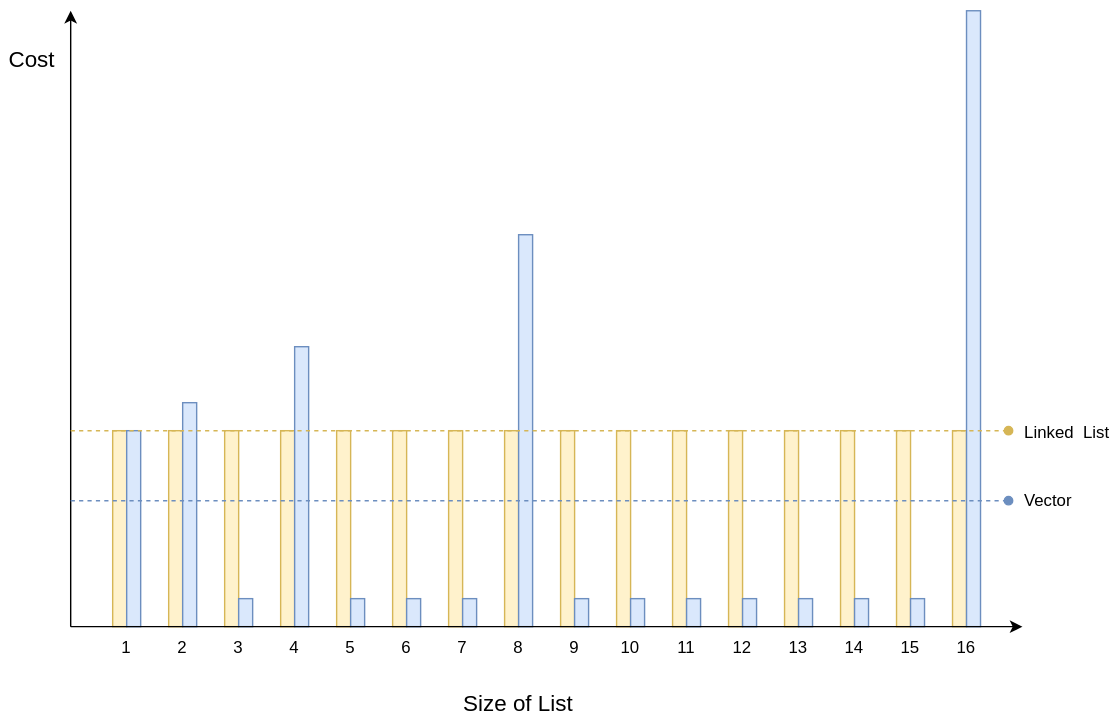
The draw.io diagram assets/images/amortized-cost-vector.svg in TheCandidStartup/TheCandidStartup.github.io, before a commit. Source tidied: cells renumbered, new cells last; positions are measured from the earlier drawing's top-left corner, leaving out a move shared by most shapes.
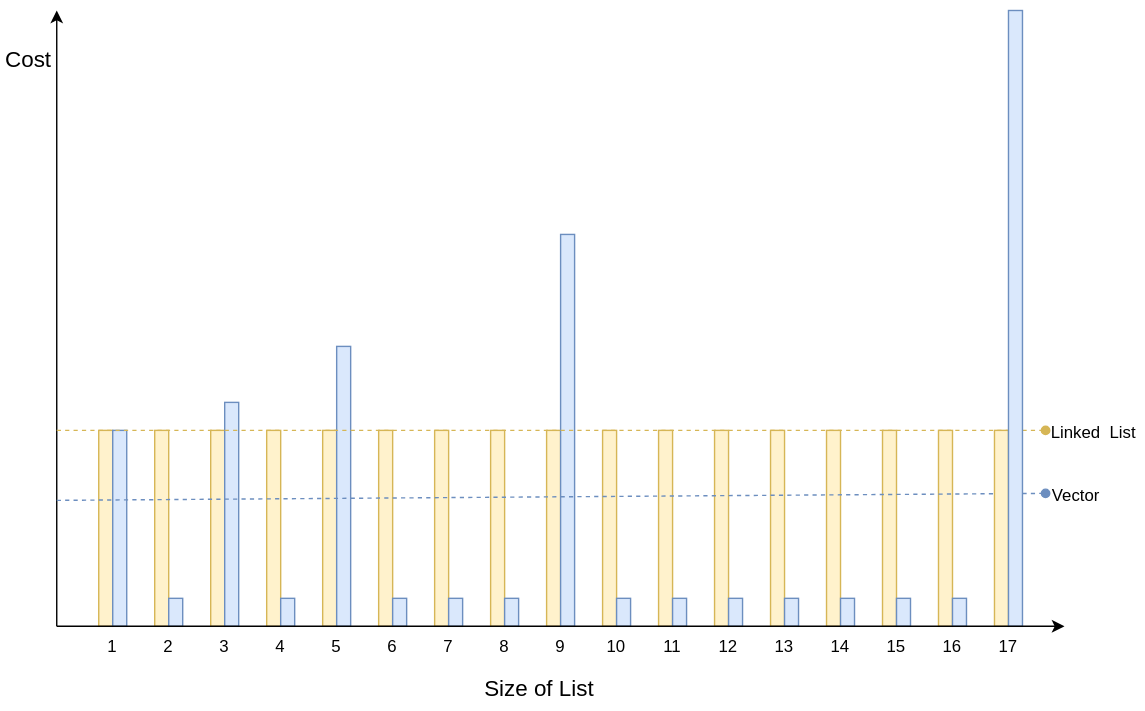
Later version of the same file.

Diff of the diagram source:
```diff
@@ -12,7 +12,7 @@
       <mxGeometry x="70" y="440" width="40" height="30" as="geometry" />
     </mxCell>
     <mxCell id="4" value="&lt;font style=&quot;font-size: 16px;&quot;&gt;Size of List&lt;/font&gt;" style="text;html=1;strokeColor=none;fillColor=none;align=center;verticalAlign=middle;whiteSpace=wrap;rounded=0;" parent="1" vertex="1">
-      <mxGeometry x="295" y="480" width="150" height="30" as="geometry" />
+      <mxGeometry x="320" y="469" width="150" height="30" as="geometry" />
     </mxCell>
     <mxCell id="5" value="16" style="text;html=1;strokeColor=none;fillColor=none;align=center;verticalAlign=middle;whiteSpace=wrap;rounded=0;" parent="1" vertex="1">
       <mxGeometry x="670" y="440" width="40" height="30" as="geometry" />
@@ -60,7 +60,7 @@
       <mxGeometry x="110" y="440" width="40" height="30" as="geometry" />
     </mxCell>
     <mxCell id="20" value="&lt;font style=&quot;font-size: 16px;&quot;&gt;Cost&lt;/font&gt;" style="text;html=1;strokeColor=none;fillColor=none;align=center;verticalAlign=middle;whiteSpace=wrap;rounded=0;" parent="1" vertex="1">
-      <mxGeometry y="20" width="45" height="30" as="geometry" />
+      <mxGeometry x="10" y="20" width="40" height="30" as="geometry" />
     </mxCell>
     <mxCell id="21" style="rounded=0;whiteSpace=wrap;html=1;fontSize=16;fillColor=#fff2cc;strokeColor=#d6b656;" parent="1" vertex="1">
       <mxGeometry x="80" y="300" width="10" height="140" as="geometry" />
@@ -72,25 +72,25 @@
       <mxGeometry x="120" y="300" width="10" height="140" as="geometry" />
     </mxCell>
     <mxCell id="24" style="rounded=0;whiteSpace=wrap;html=1;fontSize=16;fillColor=#dae8fc;strokeColor=#6c8ebf;" parent="1" vertex="1">
-      <mxGeometry x="130" y="280" width="10" height="160" as="geometry" />
+      <mxGeometry x="130" y="420" width="10" height="20" as="geometry" />
     </mxCell>
     <mxCell id="25" style="rounded=0;whiteSpace=wrap;html=1;fontSize=16;fillColor=#fff2cc;strokeColor=#d6b656;" parent="1" vertex="1">
       <mxGeometry x="160" y="300" width="10" height="140" as="geometry" />
     </mxCell>
     <mxCell id="26" style="rounded=0;whiteSpace=wrap;html=1;fontSize=16;fillColor=#dae8fc;strokeColor=#6c8ebf;" parent="1" vertex="1">
-      <mxGeometry x="170" y="420" width="10" height="20" as="geometry" />
+      <mxGeometry x="170" y="280" width="10" height="160" as="geometry" />
     </mxCell>
     <mxCell id="27" style="rounded=0;whiteSpace=wrap;html=1;fontSize=16;fillColor=#fff2cc;strokeColor=#d6b656;" parent="1" vertex="1">
       <mxGeometry x="200" y="300" width="10" height="140" as="geometry" />
     </mxCell>
     <mxCell id="28" style="rounded=0;whiteSpace=wrap;html=1;fontSize=16;fillColor=#dae8fc;strokeColor=#6c8ebf;" parent="1" vertex="1">
-      <mxGeometry x="210" y="240" width="10" height="200" as="geometry" />
+      <mxGeometry x="210" y="420" width="10" height="20" as="geometry" />
     </mxCell>
     <mxCell id="29" style="rounded=0;whiteSpace=wrap;html=1;fontSize=16;fillColor=#fff2cc;strokeColor=#d6b656;" parent="1" vertex="1">
       <mxGeometry x="240" y="300" width="10" height="140" as="geometry" />
     </mxCell>
     <mxCell id="30" style="rounded=0;whiteSpace=wrap;html=1;fontSize=16;fillColor=#dae8fc;strokeColor=#6c8ebf;" parent="1" vertex="1">
-      <mxGeometry x="250" y="420" width="10" height="20" as="geometry" />
+      <mxGeometry x="250" y="240" width="10" height="200" as="geometry" />
     </mxCell>
     <mxCell id="31" style="rounded=0;whiteSpace=wrap;html=1;fontSize=16;fillColor=#fff2cc;strokeColor=#d6b656;" parent="1" vertex="1">
       <mxGeometry x="280" y="300" width="10" height="140" as="geometry" />
@@ -108,13 +108,13 @@
       <mxGeometry x="360" y="300" width="10" height="140" as="geometry" />
     </mxCell>
     <mxCell id="36" style="rounded=0;whiteSpace=wrap;html=1;fontSize=16;fillColor=#dae8fc;strokeColor=#6c8ebf;" parent="1" vertex="1">
-      <mxGeometry x="370" y="160" width="10" height="280" as="geometry" />
+      <mxGeometry x="370" y="420" width="10" height="20" as="geometry" />
     </mxCell>
     <mxCell id="37" style="rounded=0;whiteSpace=wrap;html=1;fontSize=16;fillColor=#fff2cc;strokeColor=#d6b656;" parent="1" vertex="1">
       <mxGeometry x="400" y="300" width="10" height="140" as="geometry" />
     </mxCell>
     <mxCell id="38" style="rounded=0;whiteSpace=wrap;html=1;fontSize=16;fillColor=#dae8fc;strokeColor=#6c8ebf;" parent="1" vertex="1">
-      <mxGeometry x="410" y="420" width="10" height="20" as="geometry" />
+      <mxGeometry x="410" y="160" width="10" height="280" as="geometry" />
     </mxCell>
     <mxCell id="39" style="rounded=0;whiteSpace=wrap;html=1;fontSize=16;fillColor=#fff2cc;strokeColor=#d6b656;" parent="1" vertex="1">
       <mxGeometry x="440" y="300" width="10" height="140" as="geometry" />
@@ -156,31 +156,38 @@
       <mxGeometry x="680" y="300" width="10" height="140" as="geometry" />
     </mxCell>
     <mxCell id="52" style="rounded=0;whiteSpace=wrap;html=1;fontSize=16;fillColor=#dae8fc;strokeColor=#6c8ebf;" parent="1" vertex="1">
-      <mxGeometry x="690" width="10" height="440" as="geometry" />
+      <mxGeometry x="690" y="420" width="10" height="20" as="geometry" />
     </mxCell>
-    <mxCell id="53" style="endArrow=classic;html=1;rounded=0;" parent="1" edge="1">
-      <mxGeometry relative="1" as="geometry">
-        <mxPoint x="50" y="440" as="sourcePoint" />
-        <mxPoint x="730" y="440" as="targetPoint" />
-      </mxGeometry>
-    </mxCell>
-    <mxCell id="54" style="endArrow=oval;dashed=1;html=1;rounded=0;fontSize=16;fillColor=#fff2cc;strokeColor=#d6b656;endFill=1;" parent="1" edge="1">
+    <mxCell id="54" style="endArrow=oval;dashed=1;html=1;rounded=0;fontSize=16;fillColor=#fff2cc;strokeColor=#d6b656;endFill=1;entryX=0;entryY=0.5;entryDx=0;entryDy=0;" parent="1" edge="1" target="56">
       <mxGeometry relative="1" as="geometry">
         <mxPoint x="50" y="300" as="sourcePoint" />
-        <mxPoint x="720" y="300" as="targetPoint" />
       </mxGeometry>
     </mxCell>
-    <mxCell id="55" style="endArrow=oval;dashed=1;html=1;rounded=0;fontSize=16;fillColor=#dae8fc;strokeColor=#6c8ebf;endFill=1;" parent="1" edge="1">
+    <mxCell id="55" style="endArrow=oval;dashed=1;html=1;rounded=0;fontSize=16;fillColor=#dae8fc;strokeColor=#6c8ebf;endFill=1;entryX=0;entryY=0.5;entryDx=0;entryDy=0;" parent="1" edge="1" target="57">
       <mxGeometry relative="1" as="geometry">
         <mxPoint x="50" y="350" as="sourcePoint" />
-        <mxPoint x="720" y="350" as="targetPoint" />
       </mxGeometry>
     </mxCell>
     <mxCell id="56" value="&lt;font style=&quot;font-size: 12px;&quot;&gt;Linked&amp;nbsp; List&lt;/font&gt;" style="text;html=1;strokeColor=none;fillColor=none;align=center;verticalAlign=middle;whiteSpace=wrap;rounded=0;fontSize=16;" parent="1" vertex="1">
-      <mxGeometry x="727" y="285" width="70" height="30" as="geometry" />
+      <mxGeometry x="756.5" y="285" width="70" height="30" as="geometry" />
     </mxCell>
     <mxCell id="57" value="&lt;font style=&quot;font-size: 12px;&quot;&gt;Vector&lt;/font&gt;" style="text;html=1;strokeColor=none;fillColor=none;align=center;verticalAlign=middle;whiteSpace=wrap;rounded=0;fontSize=16;" parent="1" vertex="1">
-      <mxGeometry x="727" y="336" width="43" height="24" as="geometry" />
+      <mxGeometry x="756.5" y="333" width="43" height="24" as="geometry" />
     </mxCell>
+    <mxCell id="58" style="rounded=0;whiteSpace=wrap;html=1;fontSize=16;fillColor=#fff2cc;strokeColor=#d6b656;" parent="1" vertex="1">
+      <mxGeometry x="720" y="300" width="10" height="140" as="geometry" />
+    </mxCell>
+    <mxCell id="59" style="rounded=0;whiteSpace=wrap;html=1;fontSize=16;fillColor=#dae8fc;strokeColor=#6c8ebf;" parent="1" vertex="1">
+      <mxGeometry x="730" width="10" height="440" as="geometry" />
+    </mxCell>
+    <mxCell id="60" value="17" style="text;html=1;strokeColor=none;fillColor=none;align=center;verticalAlign=middle;whiteSpace=wrap;rounded=0;" parent="1" vertex="1">
+      <mxGeometry x="710" y="440" width="40" height="30" as="geometry" />
+    </mxCell>
+    <mxCell id="53" style="endArrow=classic;html=1;rounded=0;" parent="1" edge="1">
+      <mxGeometry relative="1" as="geometry">
+        <mxPoint x="50" y="440" as="sourcePoint" />
+        <mxPoint x="770" y="440" as="targetPoint" />
+      </mxGeometry>
+    </mxCell>
   </root>
 </mxGraphModel>
```
